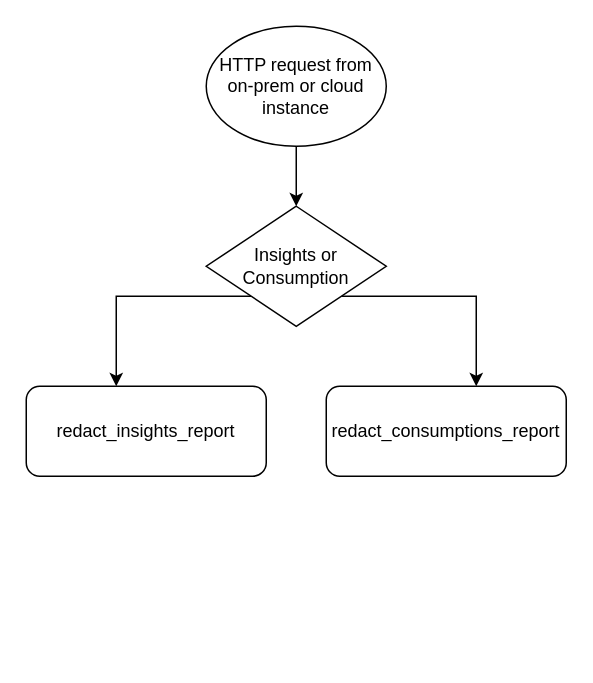
The draw.io diagram functions-flowchart.drawio in fredyeah/diagrams, before the edit. Source tidied: cells renumbered, new cells numbered last; positions are measured from the earlier drawing's top-left corner, leaving out a move shared by most shapes. Both pictures are drawn from the tidied source at 150%, with x=0, y=0 at pixel (26, 26).
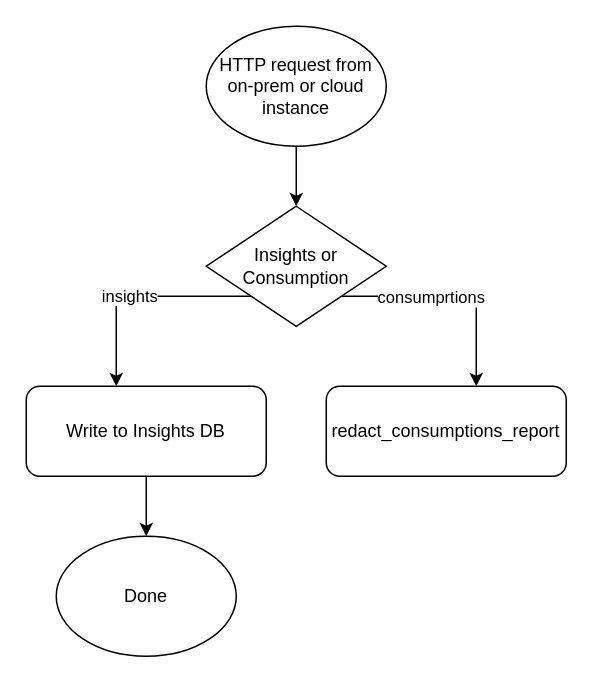
The same page after the edit.

Change to the diagram source:
```diff
@@
 <mxGraphModel>
   <root>
     <mxCell id="0" />
     <mxCell id="1" parent="0" />
     <mxCell id="2" style="edgeStyle=orthogonalEdgeStyle;rounded=0;jettySize=auto;html=1;entryX=0.5;entryY=0;entryDx=0;entryDy=0;" parent="1" edge="1" source="3" target="7">
       <mxGeometry relative="1" as="geometry" />
     </mxCell>
     <mxCell id="3" value="HTTP request from on-prem or cloud instance" style="ellipse;whiteSpace=wrap;html=1;" parent="1" vertex="1">
       <mxGeometry x="120" width="120" height="80" as="geometry" />
     </mxCell>
+    <mxCell id="9" style="edgeStyle=orthogonalEdgeStyle;rounded=0;jettySize=auto;html=1;entryX=0.5;entryY=0;entryDx=0;entryDy=0;" parent="1" edge="1" source="4" target="12">
+      <mxGeometry relative="1" as="geometry" />
+    </mxCell>
-    <mxCell id="4" value="redact_insights_report" style="rounded=1;whiteSpace=wrap;html=1;" parent="1" vertex="1">
+    <mxCell id="4" value="Write to Insights DB" style="rounded=1;whiteSpace=wrap;html=1;" parent="1" vertex="1">
       <mxGeometry y="240" width="160" height="60" as="geometry" />
     </mxCell>
     <mxCell id="5" style="edgeStyle=orthogonalEdgeStyle;rounded=0;jettySize=auto;html=1;" parent="1" edge="1" source="7" target="4">
       <mxGeometry relative="1" as="geometry">
         <Array as="points">
           <mxPoint x="60" y="180" />
         </Array>
       </mxGeometry>
     </mxCell>
+    <mxCell id="10" value="insights" style="edgeLabel;html=1;align=center;verticalAlign=middle;" parent="5" vertex="1">
+      <mxGeometry x="0.09" y="-1" relative="1" as="geometry" />
+    </mxCell>
     <mxCell id="6" style="edgeStyle=orthogonalEdgeStyle;rounded=0;jettySize=auto;html=1;" parent="1" edge="1" source="7" target="8">
       <mxGeometry relative="1" as="geometry">
         <Array as="points">
           <mxPoint x="300" y="180" />
         </Array>
       </mxGeometry>
     </mxCell>
+    <mxCell id="11" value="consumprtions" style="edgeLabel;html=1;align=center;verticalAlign=middle;" parent="6" vertex="1">
+      <mxGeometry x="-0.21" relative="1" as="geometry" />
+    </mxCell>
     <mxCell id="7" value="Insights or Consumption" style="rhombus;whiteSpace=wrap;html=1;" parent="1" vertex="1">
       <mxGeometry x="120" y="120" width="120" height="80" as="geometry" />
     </mxCell>
     <mxCell id="8" value="redact_consumptions_report" style="rounded=1;whiteSpace=wrap;html=1;" parent="1" vertex="1">
       <mxGeometry x="200" y="240" width="160" height="60" as="geometry" />
     </mxCell>
+    <mxCell id="12" value="Done" style="ellipse;whiteSpace=wrap;html=1;" parent="1" vertex="1">
+      <mxGeometry x="20" y="340" width="120" height="80" as="geometry" />
+    </mxCell>
   </root>
 </mxGraphModel>
```
